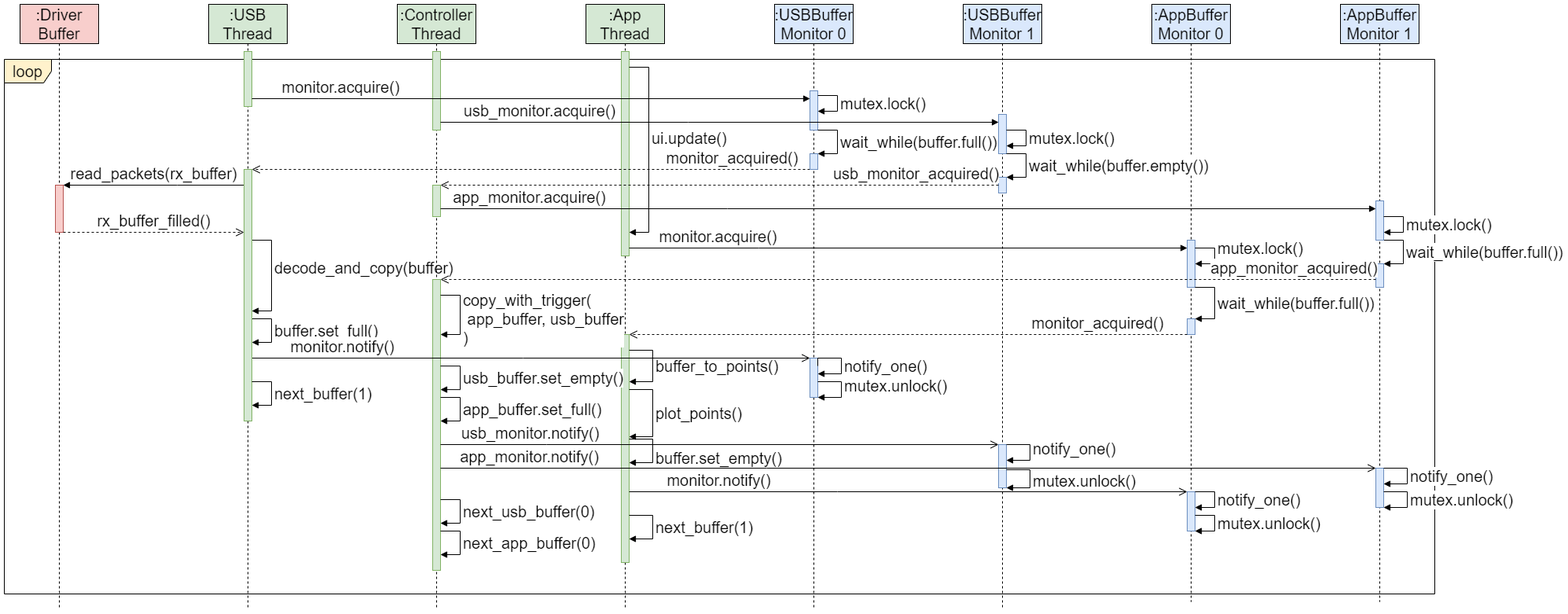
This is misc/sequence_diagram.drawio.png from teachee-capstone/teachee, a draw.io export, as it was before one commit. Source tidied: cells renumbered, new cells last; positions are measured from the earlier drawing's top-left corner, leaving out a move shared by most shapes.
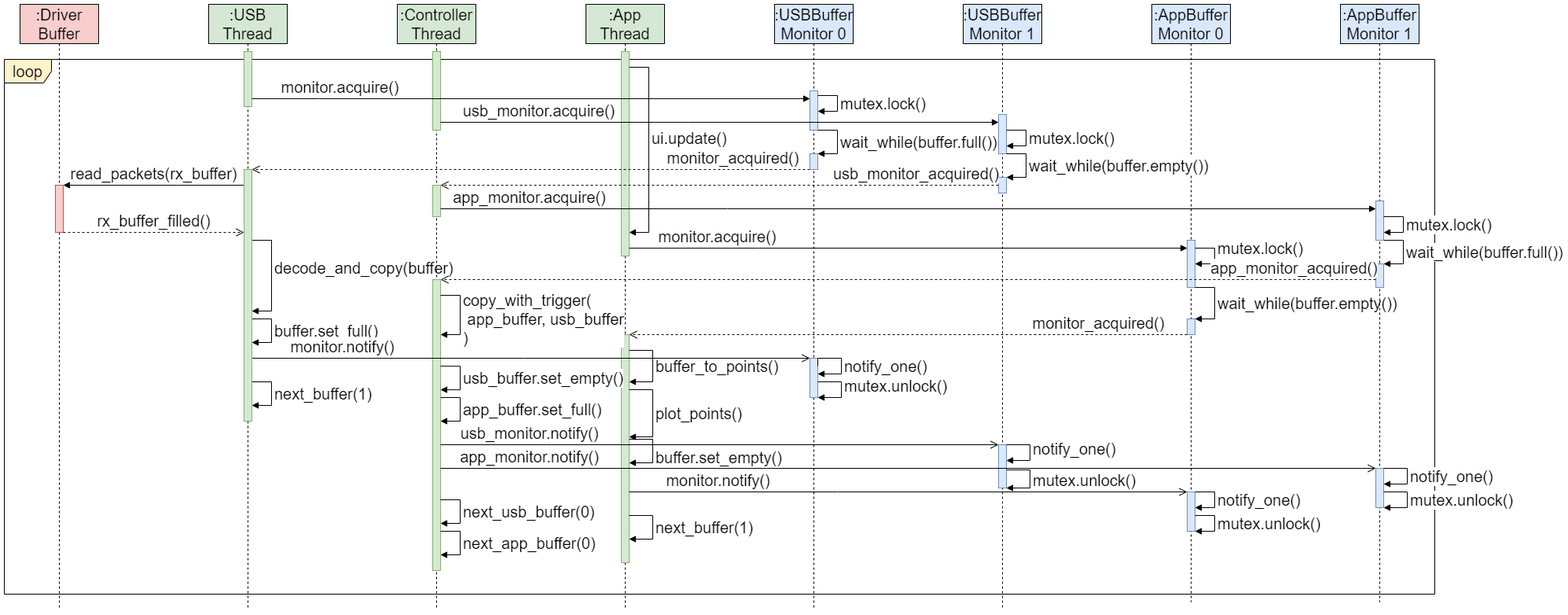
Above is the later version.

Commit message:
Fix sequence diagram (#115)

Diff of the diagram source:
```diff
@@ -119,7 +119,7 @@
     <mxCell id="24" style="html=1;points=[];perimeter=orthogonalPerimeter;outlineConnect=0;targetShapes=umlLifeline;portConstraint=eastwest;newEdgeStyle={&quot;edgeStyle&quot;:&quot;elbowEdgeStyle&quot;,&quot;elbow&quot;:&quot;vertical&quot;,&quot;curved&quot;:0,&quot;rounded&quot;:0};fontSize=20;fillColor=#dae8fc;strokeColor=#6c8ebf;" parent="21" vertex="1">
       <mxGeometry x="45" y="400" width="10" height="20" as="geometry" />
     </mxCell>
-    <mxCell id="25" value="wait_while(buffer.full())" style="html=1;align=left;spacingLeft=2;endArrow=block;rounded=0;edgeStyle=orthogonalEdgeStyle;curved=0;rounded=0;fontSize=20;" parent="21" edge="1" target="24">
+    <mxCell id="25" value="wait_while(buffer.empty())" style="html=1;align=left;spacingLeft=2;endArrow=block;rounded=0;edgeStyle=orthogonalEdgeStyle;curved=0;rounded=0;fontSize=20;" parent="21" edge="1" target="24">
       <mxGeometry relative="1" as="geometry">
         <mxPoint x="55" y="360" as="sourcePoint" />
         <Array as="points">
```
